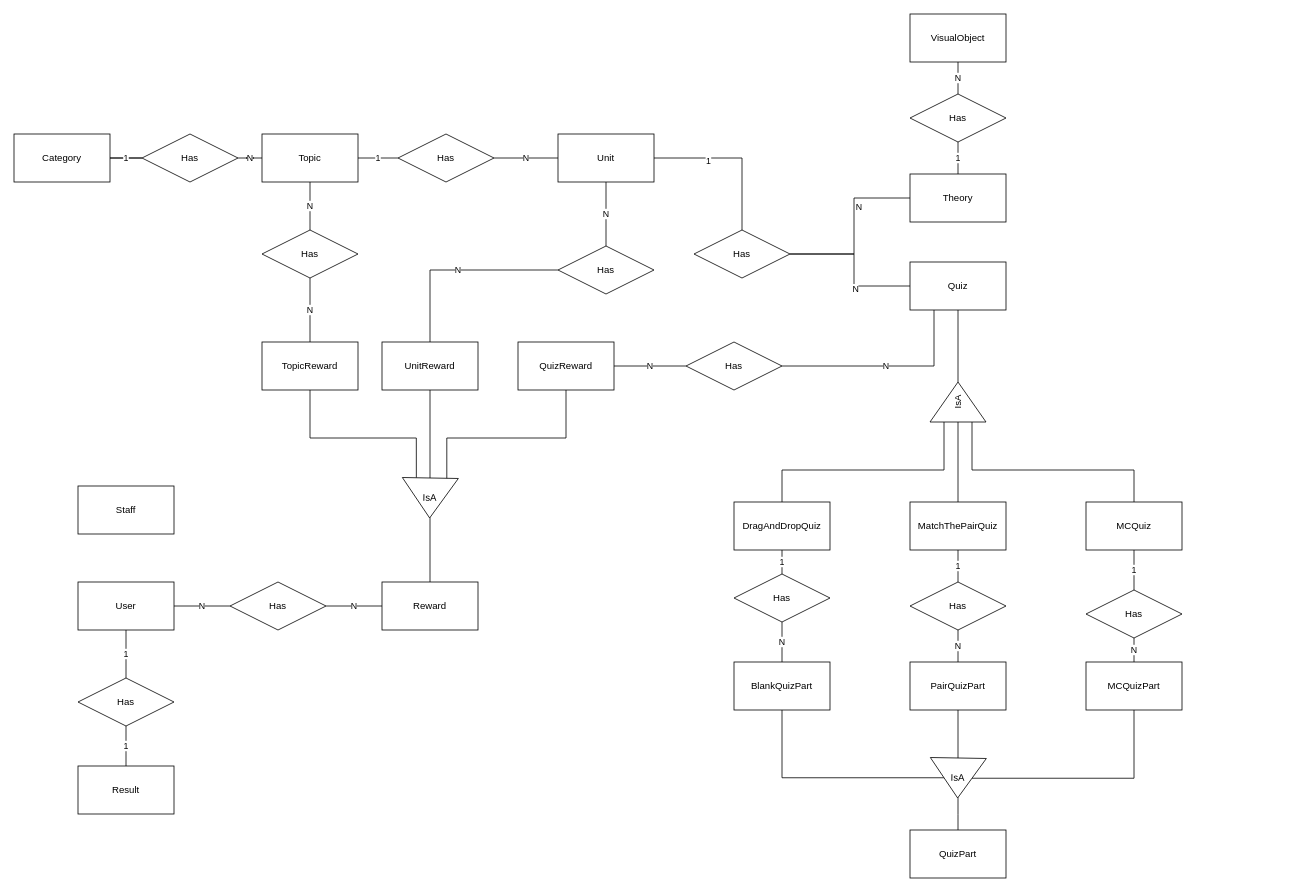
This is Untitled Diagram.drawio from linhabc/Learning_viet, a draw.io file, before an edit. Source tidied: cells renumbered, new cells numbered last; positions are measured from the earlier drawing's top-left corner, leaving out a move shared by most shapes. Both pictures are drawn from the tidied source at 80%, with x=0, y=0 at pixel (14, 14).
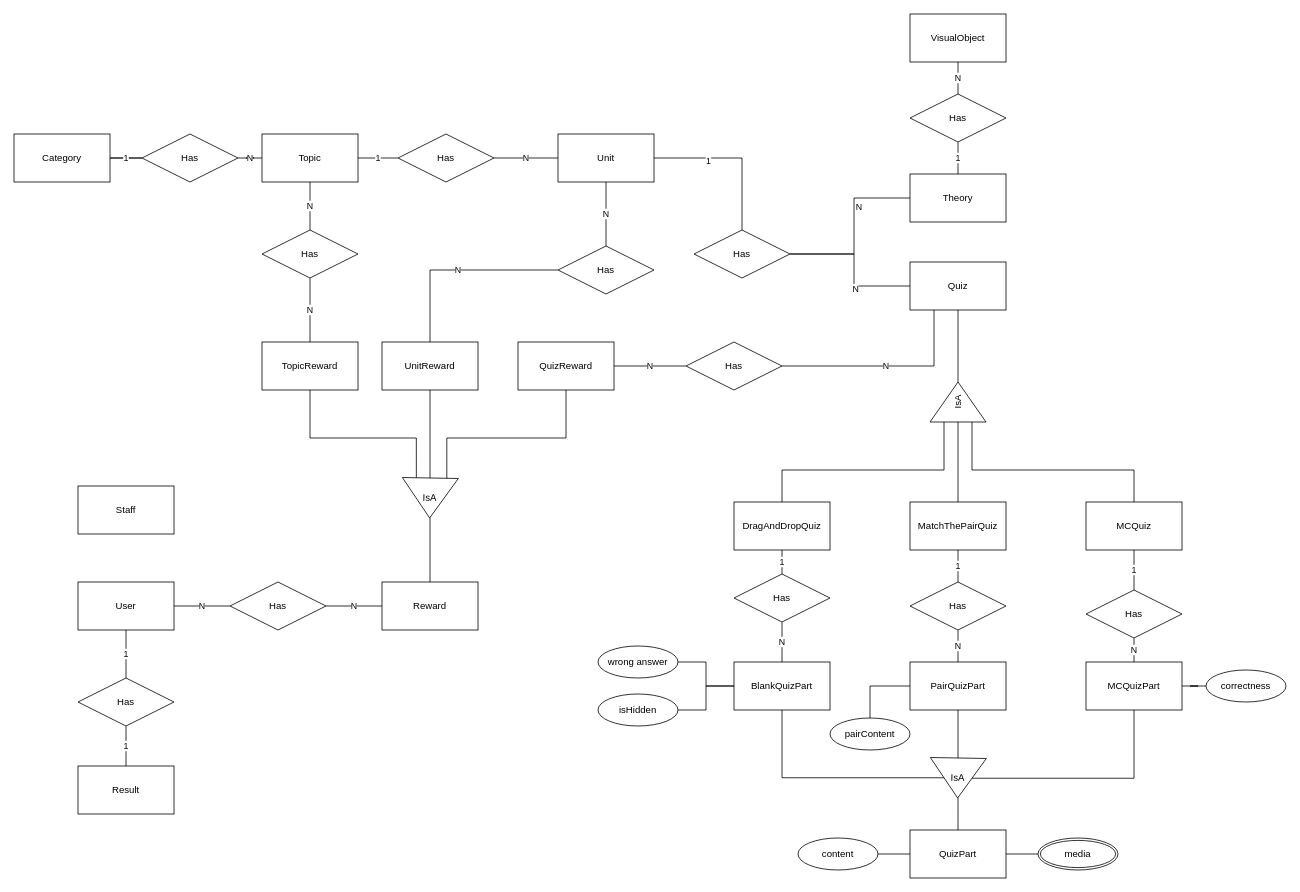
The same page after the edit.

The change refers to these unchanged cells:
```xml
<mxCell id="40" value="Blank&lt;span style=&quot;text-align: left ; background-color: rgb(255 , 255 , 255)&quot;&gt;QuizPart&lt;/span&gt;" style="whiteSpace=wrap;html=1;" parent="1" vertex="1">
  <mxGeometry x="900" y="810" width="120" height="60" as="geometry" />
</mxCell>
<mxCell id="42" value="Pair&lt;span style=&quot;text-align: left ; background-color: rgb(255 , 255 , 255)&quot;&gt;QuizPart&lt;/span&gt;" style="whiteSpace=wrap;html=1;" parent="1" vertex="1">
  <mxGeometry x="1120" y="810" width="120" height="60" as="geometry" />
</mxCell>
<mxCell id="44" value="MC&lt;span style=&quot;text-align: left ; background-color: rgb(255 , 255 , 255)&quot;&gt;QuizPart&lt;/span&gt;" style="whiteSpace=wrap;html=1;" parent="1" vertex="1">
  <mxGeometry x="1340" y="810" width="120" height="60" as="geometry" />
</mxCell>
<mxCell id="45" value="&lt;span style=&quot;text-align: left ; background-color: rgb(255 , 255 , 255)&quot;&gt;QuizPart&lt;/span&gt;" style="whiteSpace=wrap;html=1;" parent="1" vertex="1">
  <mxGeometry x="1120" y="1020" width="120" height="60" as="geometry" />
</mxCell>
```

What changed in the source:
```diff
@@
+    <mxCell id="79" style="edgeStyle=orthogonalEdgeStyle;rounded=0;sketch=0;jettySize=auto;html=1;endArrow=none;endFill=0;" parent="1" edge="1" source="80" target="40">
+      <mxGeometry relative="1" as="geometry" />
+    </mxCell>
+    <mxCell id="80" value="wrong answer" style="ellipse;whiteSpace=wrap;html=1;align=center;sketch=0;" parent="1" vertex="1">
+      <mxGeometry x="730" y="790" width="100" height="40" as="geometry" />
+    </mxCell>
+    <mxCell id="81" style="edgeStyle=orthogonalEdgeStyle;rounded=0;sketch=0;jettySize=auto;html=1;entryX=0;entryY=0.5;entryDx=0;entryDy=0;endArrow=none;endFill=0;" parent="1" edge="1" source="82" target="40">
+      <mxGeometry relative="1" as="geometry" />
+    </mxCell>
+    <mxCell id="82" value="isHidden" style="ellipse;whiteSpace=wrap;html=1;align=center;sketch=0;" parent="1" vertex="1">
+      <mxGeometry x="730" y="850" width="100" height="40" as="geometry" />
+    </mxCell>
+    <mxCell id="83" style="edgeStyle=orthogonalEdgeStyle;rounded=0;sketch=0;jettySize=auto;html=1;entryX=0;entryY=0.5;entryDx=0;entryDy=0;endArrow=none;endFill=0;" parent="1" edge="1" source="84" target="42">
+      <mxGeometry relative="1" as="geometry" />
+    </mxCell>
+    <mxCell id="84" value="pairContent" style="ellipse;whiteSpace=wrap;html=1;align=center;sketch=0;" parent="1" vertex="1">
+      <mxGeometry x="1020" y="880" width="100" height="40" as="geometry" />
+    </mxCell>
+    <mxCell id="85" style="edgeStyle=orthogonalEdgeStyle;rounded=0;sketch=0;jettySize=auto;html=1;endArrow=none;endFill=0;" parent="1" edge="1" source="86" target="44">
+      <mxGeometry relative="1" as="geometry" />
+    </mxCell>
+    <mxCell id="86" value="correctness" style="ellipse;whiteSpace=wrap;html=1;align=center;sketch=0;" parent="1" vertex="1">
+      <mxGeometry x="1490" y="820" width="100" height="40" as="geometry" />
+    </mxCell>
+    <mxCell id="87" style="edgeStyle=orthogonalEdgeStyle;rounded=0;sketch=0;jettySize=auto;html=1;endArrow=none;endFill=0;" parent="1" edge="1" source="88" target="45">
+      <mxGeometry relative="1" as="geometry" />
+    </mxCell>
+    <mxCell id="88" value="content" style="ellipse;whiteSpace=wrap;html=1;align=center;sketch=0;" parent="1" vertex="1">
+      <mxGeometry x="980" y="1030" width="100" height="40" as="geometry" />
+    </mxCell>
+    <mxCell id="89" style="edgeStyle=orthogonalEdgeStyle;rounded=0;sketch=0;jettySize=auto;html=1;endArrow=none;endFill=0;" parent="1" edge="1" source="90" target="45">
+      <mxGeometry relative="1" as="geometry" />
+    </mxCell>
+    <mxCell id="90" value="media" style="ellipse;shape=doubleEllipse;margin=3;whiteSpace=wrap;html=1;align=center;sketch=0;" parent="1" vertex="1">
+      <mxGeometry x="1280" y="1030" width="100" height="40" as="geometry" />
+    </mxCell>
```
